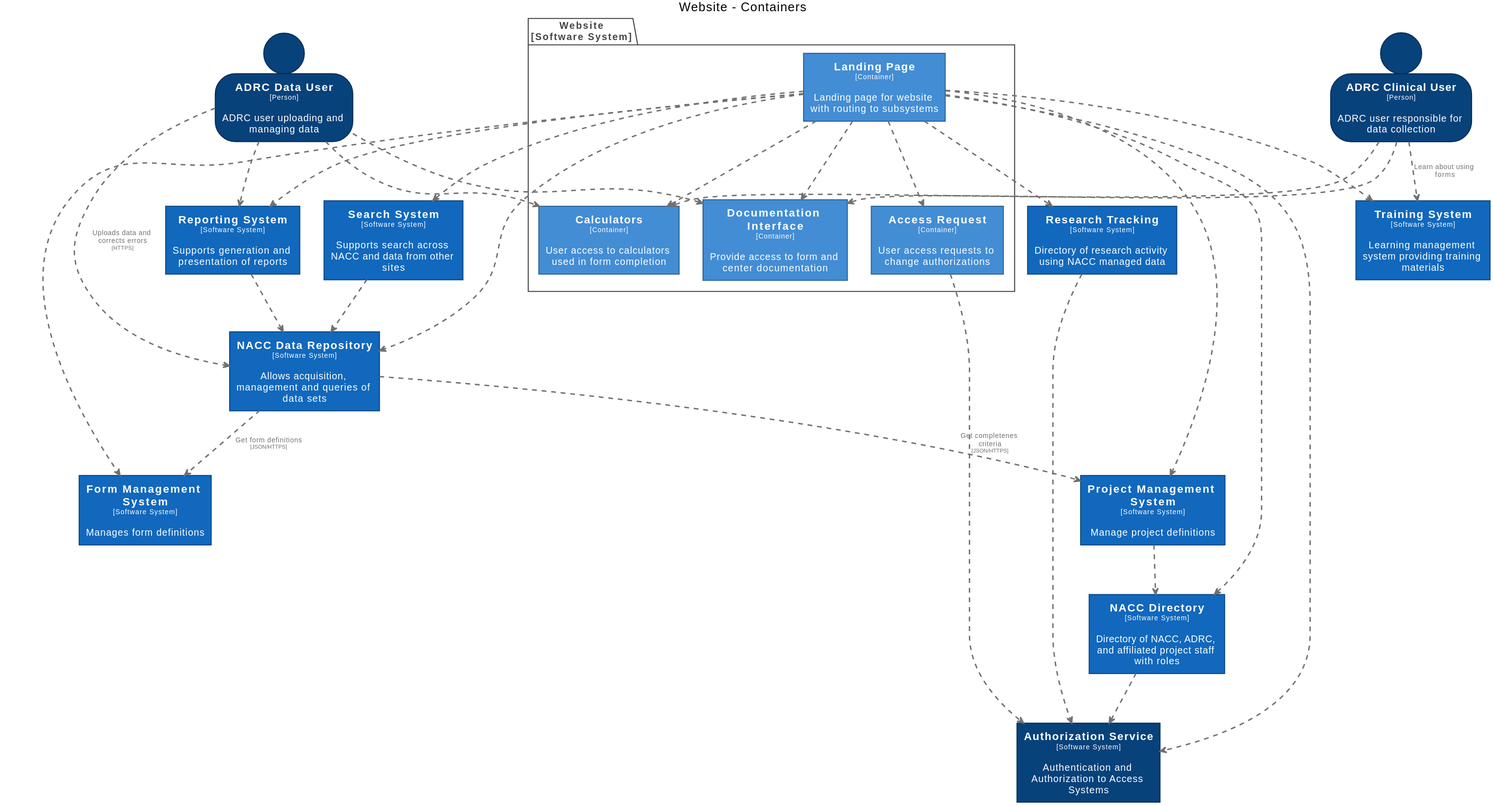
naccdata/system-design keeps this PlantUML diagram as docs/images/structurizr-WebsiteContainers.svg. Above is the earlier version.
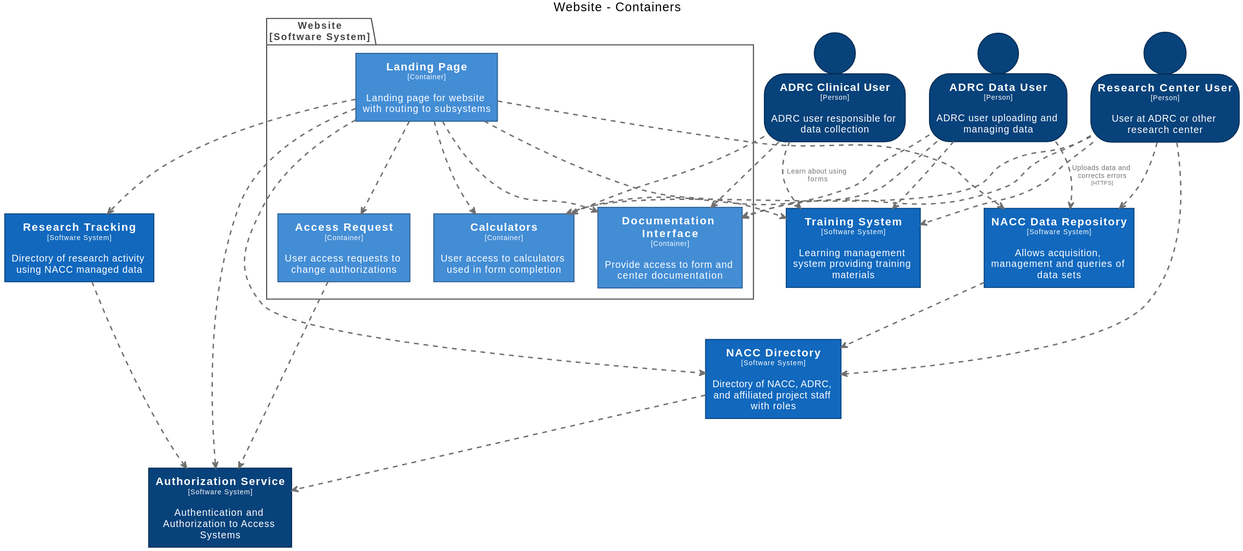
After the change.

Diff of the diagram source:
```diff
@@ -43,11 +43,6 @@
   FontColor #ffffff
   BorderColor #2e6295
 }
-skinparam rectangle<<FormManagementSystem>> {
-  BackgroundColor #1168bd
-  FontColor #ffffff
-  BorderColor #0b4884
-}
 skinparam rectangle<<Website.LandingPage>> {
   BackgroundColor #438dd5
   FontColor #ffffff
@@ -63,22 +58,12 @@
   FontColor #ffffff
   BorderColor #0b4884
 }
-skinparam rectangle<<ProjectManagementSystem>> {
-  BackgroundColor #1168bd
+skinparam person<<ResearchCenterUser>> {
+  BackgroundColor #08427b
   FontColor #ffffff
-  BorderColor #0b4884
-}
-skinparam rectangle<<ReportingSystem>> {
-  BackgroundColor #1168bd
-  FontColor #ffffff
-  BorderColor #0b4884
+  BorderColor #052e56
 }
 skinparam rectangle<<ResearchTracking>> {
-  BackgroundColor #1168bd
-  FontColor #ffffff
-  BorderColor #0b4884
-}
-skinparam rectangle<<SearchSystem>> {
   BackgroundColor #1168bd
   FontColor #ffffff
   BorderColor #0b4884
@@ -89,17 +74,14 @@
   BorderColor #0b4884
 }
 
-rectangle "==NACC Data Repository\n<size:10>[Software System]</size>\n\nAllows acquisition, management and queries of data sets" <<NACCDataRepository>> as NACCDataRepository
+person "==ADRC Data User\n<size:10>[Person]</size>\n\nADRC user uploading and managing data" <<ADRCDataUser>> as ADRCDataUser
 rectangle "==Authorization Service\n<size:10>[Software System]</size>\n\nAuthentication and Authorization to Access Systems" <<AuthorizationService>> as AuthorizationService
 rectangle "==NACC Directory\n<size:10>[Software System]</size>\n\nDirectory of NACC, ADRC, and affiliated project staff with roles" <<NACCDirectory>> as NACCDirectory
-person "==ADRC Data User\n<size:10>[Person]</size>\n\nADRC user uploading and managing data" <<ADRCDataUser>> as ADRCDataUser
 person "==ADRC Clinical User\n<size:10>[Person]</size>\n\nADRC user responsible for data collection" <<ADRCClinicalUser>> as ADRCClinicalUser
-rectangle "==Form Management System\n<size:10>[Software System]</size>\n\nManages form definitions" <<FormManagementSystem>> as FormManagementSystem
+rectangle "==NACC Data Repository\n<size:10>[Software System]</size>\n\nAllows acquisition, management and queries of data sets" <<NACCDataRepository>> as NACCDataRepository
+person "==Research Center User\n<size:10>[Person]</size>\n\nUser at ADRC or other research center" <<ResearchCenterUser>> as ResearchCenterUser
 rectangle "==Research Tracking\n<size:10>[Software System]</size>\n\nDirectory of research activity using NACC managed data" <<ResearchTracking>> as ResearchTracking
-rectangle "==Reporting System\n<size:10>[Software System]</size>\n\nSupports generation and presentation of reports" <<ReportingSystem>> as ReportingSystem
 rectangle "==Training System\n<size:10>[Software System]</size>\n\nLearning management system providing training materials" <<TrainingSystem>> as TrainingSystem
-rectangle "==Search System\n<size:10>[Software System]</size>\n\nSupports search across NACC and data from other sites" <<SearchSystem>> as SearchSystem
-rectangle "==Project Management System\n<size:10>[Software System]</size>\n\nManage project definitions" <<ProjectManagementSystem>> as ProjectManagementSystem
 
 package "Website\n[Software System]" <<Website>> {
   skinparam PackageBorderColor<<Website>> #444444
@@ -111,26 +93,22 @@
   rectangle "==Landing Page\n<size:10>[Container]</size>\n\nLanding page for website with routing to subsystems" <<Website.LandingPage>> as Website.LandingPage
 }
 
-Website.LandingPage .[#707070,thickness=2].> ResearchTracking : "<color:#707070>"
-Website.LandingPage .[#707070,thickness=2].> ReportingSystem : "<color:#707070>"
-Website.LandingPage .[#707070,thickness=2].> SearchSystem : "<color:#707070>"
 Website.LandingPage .[#707070,thickness=2].> NACCDataRepository : "<color:#707070>"
-Website.LandingPage .[#707070,thickness=2].> ProjectManagementSystem : "<color:#707070>"
-Website.LandingPage .[#707070,thickness=2].> FormManagementSystem : "<color:#707070>"
 Website.LandingPage .[#707070,thickness=2].> NACCDirectory : "<color:#707070>"
+ResearchCenterUser .[#707070,thickness=2].> Website.Calculators : "<color:#707070>"
+ResearchCenterUser .[#707070,thickness=2].> NACCDirectory : "<color:#707070>"
+ResearchCenterUser .[#707070,thickness=2].> Website.DocumentationInterface : "<color:#707070>"
+ResearchCenterUser .[#707070,thickness=2].> NACCDataRepository : "<color:#707070>"
+ResearchCenterUser .[#707070,thickness=2].> TrainingSystem : "<color:#707070>"
 ADRCDataUser .[#707070,thickness=2].> NACCDataRepository : "<color:#707070>Uploads data and corrects errors\n<color:#707070><size:8>[HTTPS]</size>"
 ADRCDataUser .[#707070,thickness=2].> Website.Calculators : "<color:#707070>"
 ADRCDataUser .[#707070,thickness=2].> Website.DocumentationInterface : "<color:#707070>"
-ADRCDataUser .[#707070,thickness=2].> ReportingSystem : "<color:#707070>"
-ProjectManagementSystem .[#707070,thickness=2].> NACCDirectory : "<color:#707070>"
+ADRCDataUser .[#707070,thickness=2].> TrainingSystem : "<color:#707070>"
 ADRCClinicalUser .[#707070,thickness=2].> TrainingSystem : "<color:#707070>Learn about using forms"
 ADRCClinicalUser .[#707070,thickness=2].> Website.Calculators : "<color:#707070>"
 ADRCClinicalUser .[#707070,thickness=2].> Website.DocumentationInterface : "<color:#707070>"
-NACCDataRepository .[#707070,thickness=2].> FormManagementSystem : "<color:#707070>Get form definitions\n<color:#707070><size:8>[JSON/HTTPS]</size>"
-NACCDataRepository .[#707070,thickness=2].> ProjectManagementSystem : "<color:#707070>Get completenes criteria\n<color:#707070><size:8>[JSON/HTTPS]</size>"
+NACCDataRepository .[#707070,thickness=2].> NACCDirectory : "<color:#707070>"
 NACCDirectory .[#707070,thickness=2].> AuthorizationService : "<color:#707070>"
-SearchSystem .[#707070,thickness=2].> NACCDataRepository : "<color:#707070>"
-ReportingSystem .[#707070,thickness=2].> NACCDataRepository : "<color:#707070>"
 ResearchTracking .[#707070,thickness=2].> AuthorizationService : "<color:#707070>"
 Website.AccessRequest .[#707070,thickness=2].> AuthorizationService : "<color:#707070>"
 Website.LandingPage .[#707070,thickness=2].> Website.AccessRequest : "<color:#707070>"
@@ -138,4 +116,5 @@
 Website.LandingPage .[#707070,thickness=2].> Website.Calculators : "<color:#707070>"
 Website.LandingPage .[#707070,thickness=2].> Website.DocumentationInterface : "<color:#707070>"
 Website.LandingPage .[#707070,thickness=2].> TrainingSystem : "<color:#707070>"
+Website.LandingPage .[#707070,thickness=2].> ResearchTracking : "<color:#707070>"
 @enduml
```
